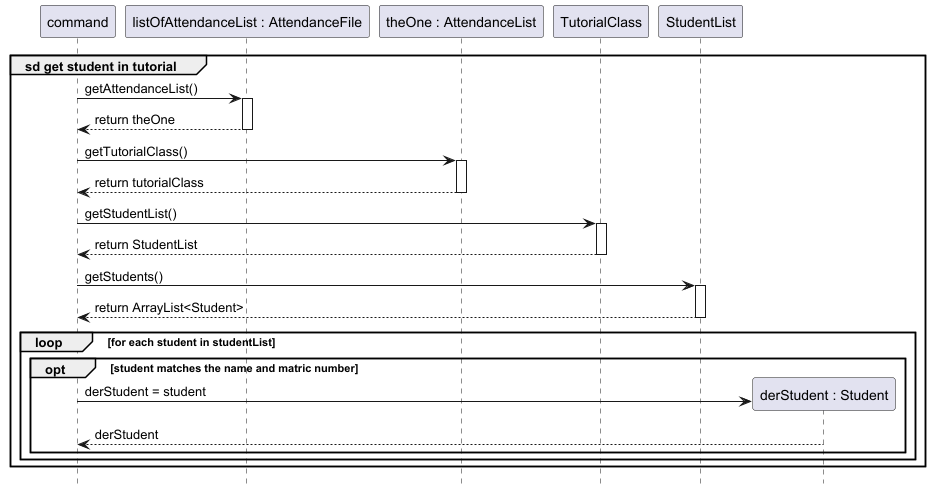
Earlier version of the PlantUML export docs/diagrams/attendancelistcommands/findStudentInTutorial.png (wongyihao02/tp). The source it was exported from:
```plantuml
@startuml
hide footbox


participant "command" as command
participant "listOfAttendanceList : AttendanceFile" as listOfAttendanceList
participant "theOne : AttendanceList" as theOne
participant "TutorialClass" as tutorialClass
participant "StudentList" as studentList

group sd get student in tutorial
    command -> listOfAttendanceList : getAttendanceList()
    activate listOfAttendanceList
    command <-- listOfAttendanceList : return theOne
    deactivate listOfAttendanceList

    command -> theOne : getTutorialClass()
    activate theOne
    command <-- theOne : return tutorialClass
    deactivate theOne

    command -> tutorialClass : getStudentList()
        activate tutorialClass
        command <-- tutorialClass : return StudentList
        deactivate tutorialClass

    command -> studentList : getStudents()
    activate studentList
    command <-- studentList : return ArrayList<Student>
    deactivate studentList

    loop for each student in studentList
    opt student matches the name and matric number

    create "derStudent : Student" as derStudent
    command -> derStudent : derStudent = student
    derStudent --> command : derStudent
    end opt
    end loop
    end
@enduml
```
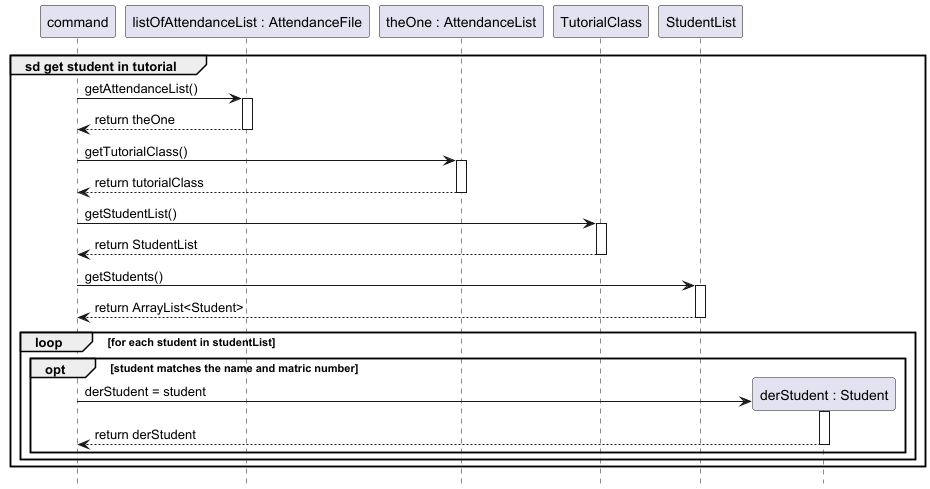
Above is the later version.

The edit, as a diff of the source:
```diff
@@ -34,7 +34,9 @@
 
     create "derStudent : Student" as derStudent
     command -> derStudent : derStudent = student
-    derStudent --> command : derStudent
+    activate derStudent
+    derStudent --> command : return derStudent
+    deactivate derStudent
     end opt
     end loop
     end
```
